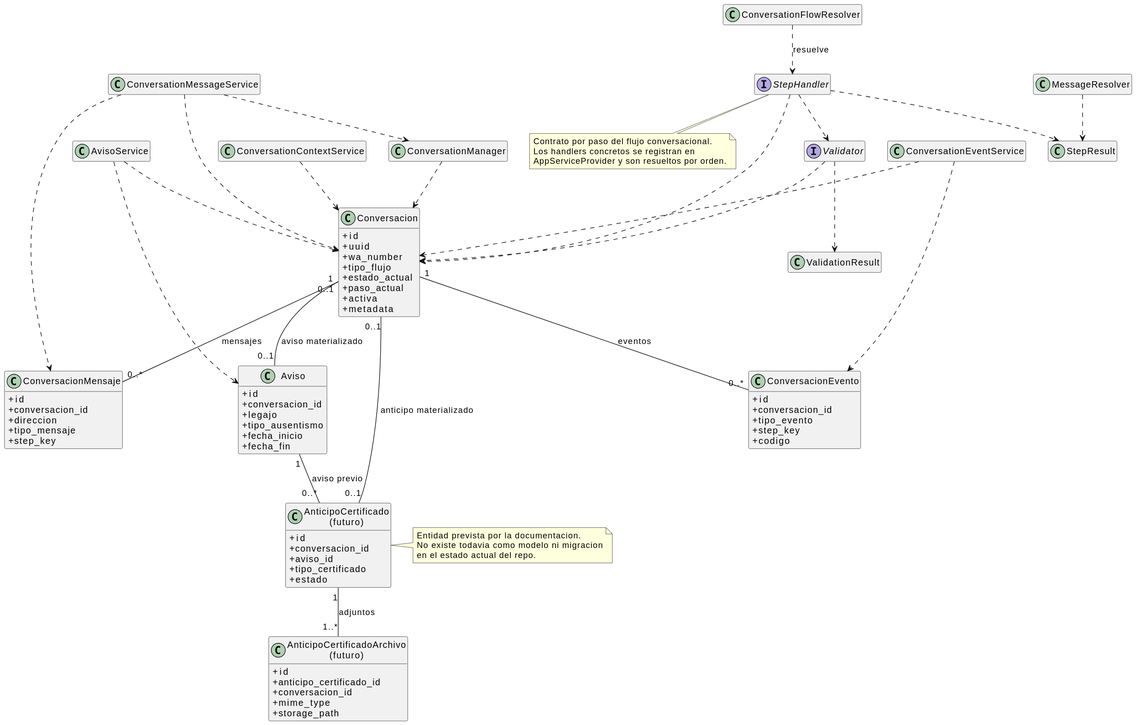
The PlantUML diagram docs/diagrams/rendered/classes/conversation-engine.svg in martin-garay/unlu_medicina_laboral, before a commit.
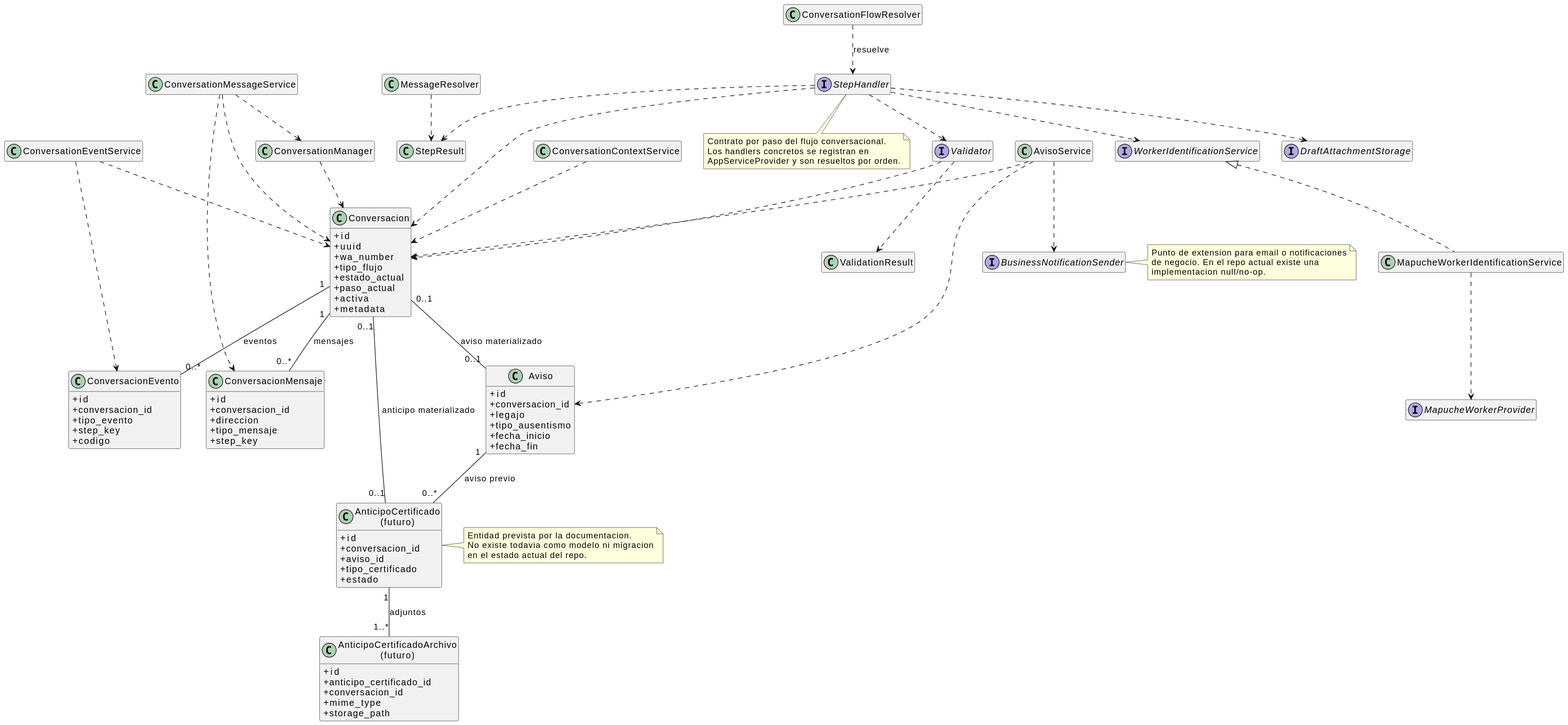
Later version of the same file.

Diff of the diagram source:
```diff
@@ -65,6 +65,11 @@
 class MessageResolver
 class AvisoService
 class ConversationContextService
+interface WorkerIdentificationService
+class MapucheWorkerIdentificationService
+interface MapucheWorkerProvider
+interface BusinessNotificationSender
+interface DraftAttachmentStorage
 
 Conversacion "1" -- "0..*" ConversacionMensaje : mensajes
 Conversacion "1" -- "0..*" ConversacionEvento : eventos
@@ -88,12 +93,23 @@
 MessageResolver ..> StepResult
 AvisoService ..> Conversacion
 AvisoService ..> Aviso
+AvisoService ..> BusinessNotificationSender
 ConversationContextService ..> Conversacion
+StepHandler ..> WorkerIdentificationService
+StepHandler ..> DraftAttachmentStorage
+WorkerIdentificationService <|.. MapucheWorkerIdentificationService
+MapucheWorkerIdentificationService ..> MapucheWorkerProvider
 
 note right of AnticipoCertificado
 Entidad prevista por la documentacion.
 No existe todavia como modelo ni migracion
 en el estado actual del repo.
+end note
+
+note right of BusinessNotificationSender
+Punto de extension para email o notificaciones
+de negocio. En el repo actual existe una
+implementacion null/no-op.
 end note
 
 note bottom of StepHandler
```
